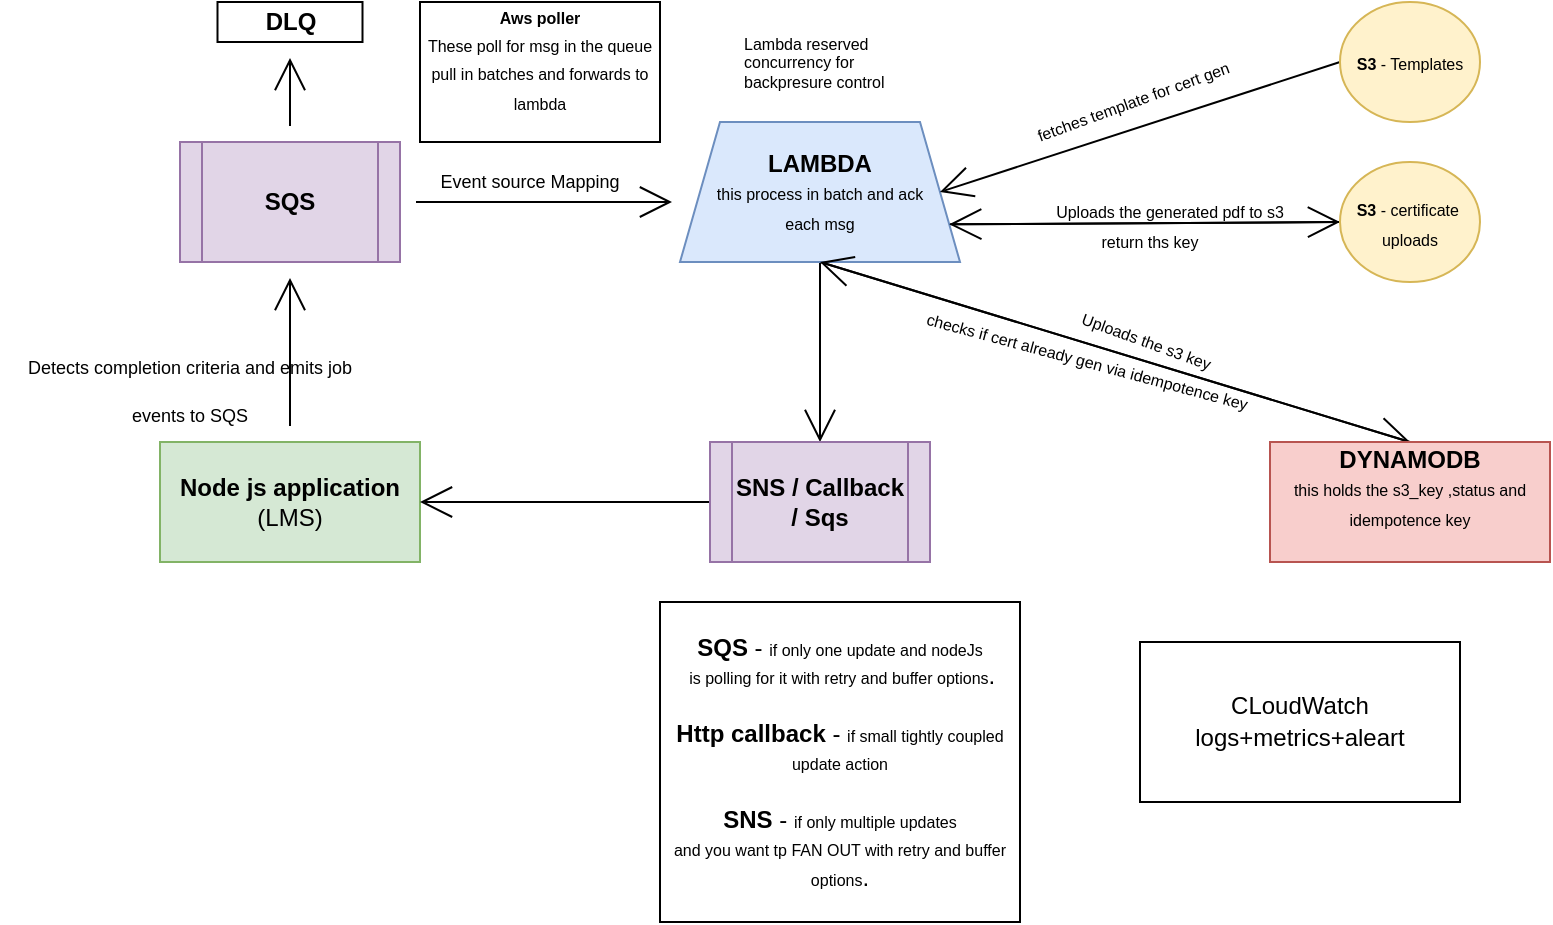
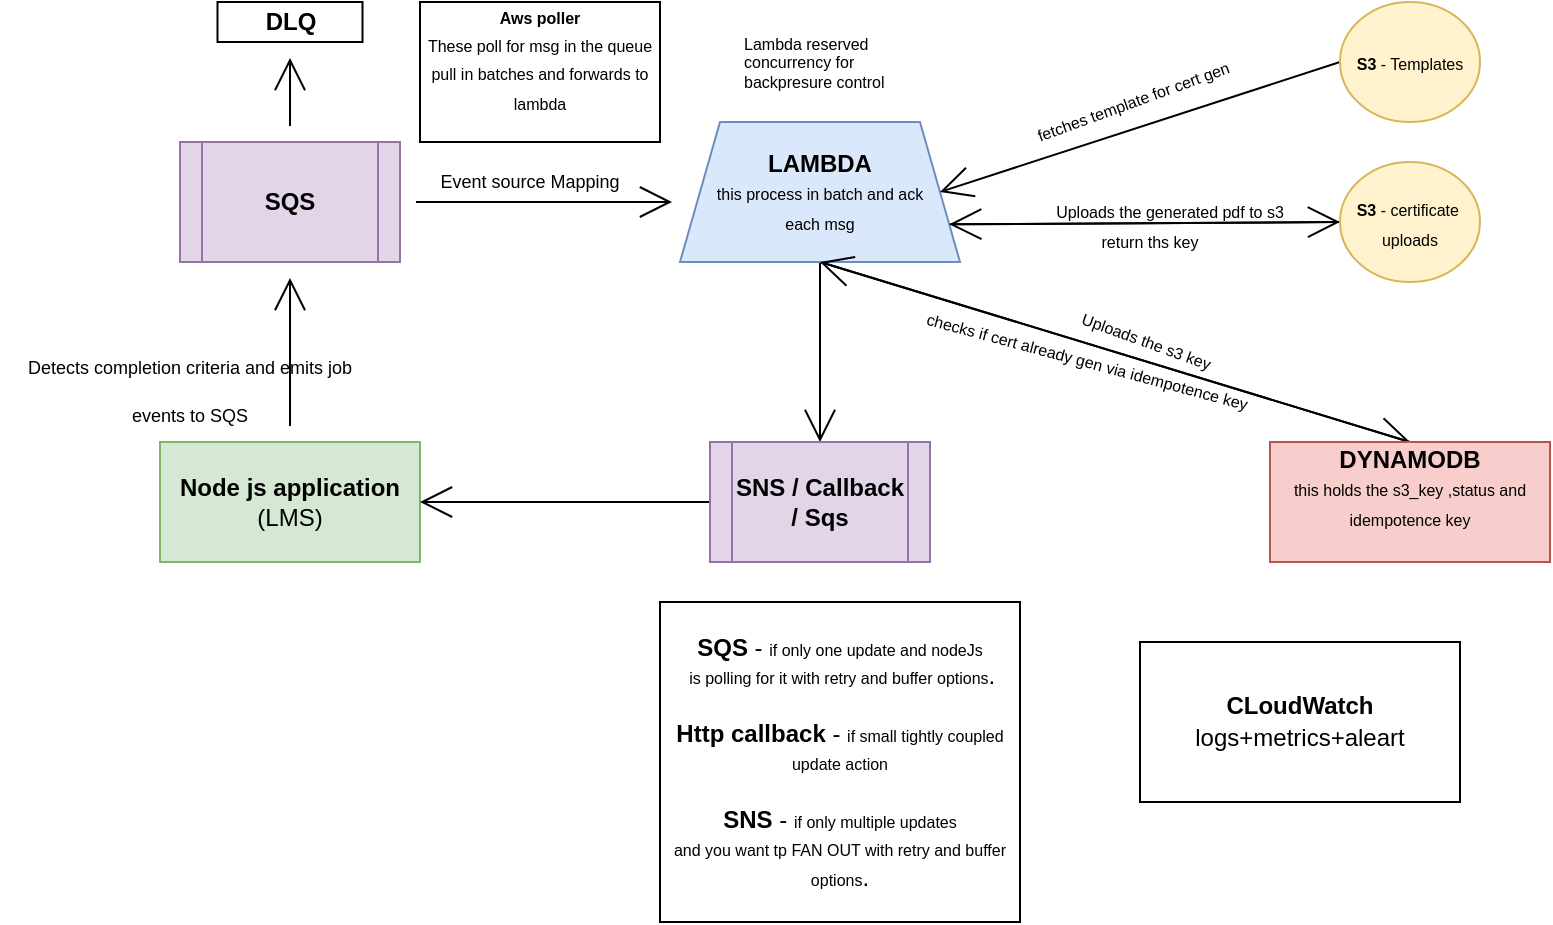
<mxfile host="app.diagrams.net">
  <diagram name="Page-1" id="F6IZr67Q-73VVXjbw4A1">
    <mxGraphModel dx="1372" dy="629" grid="1" gridSize="10" guides="1" tooltips="1" connect="1" arrows="1" fold="1" page="1" pageScale="1" pageWidth="850" pageHeight="1100" math="0" shadow="0">
      <root>
        <mxCell id="0" />
        <mxCell id="1" parent="0" />
        <mxCell id="TBFKdWsUAUS7bOd73bcL-4" edge="1" parent="1" source="TBFKdWsUAUS7bOd73bcL-1" style="edgeStyle=none;curved=1;rounded=0;orthogonalLoop=1;jettySize=auto;html=1;fontFamily=Helvetica;fontSize=16;startSize=14;endArrow=open;endSize=14;sourcePerimeterSpacing=8;targetPerimeterSpacing=8;" target="TBFKdWsUAUS7bOd73bcL-3" value="">
          <mxGeometry relative="1" as="geometry" />
        </mxCell>
        <mxCell id="TBFKdWsUAUS7bOd73bcL-1" parent="1" style="rounded=0;whiteSpace=wrap;html=1;fontFamily=Helvetica;fillColor=#d5e8d4;strokeColor=#82b366;" value="&lt;b&gt;Node js application&lt;/b&gt;&lt;br&gt;(LMS)" vertex="1">
          <mxGeometry height="60" width="130" x="100" y="250" as="geometry" />
        </mxCell>
        <mxCell id="TBFKdWsUAUS7bOd73bcL-8" edge="1" parent="1" source="TBFKdWsUAUS7bOd73bcL-3" style="edgeStyle=none;curved=1;rounded=0;orthogonalLoop=1;jettySize=auto;html=1;fontFamily=Helvetica;fontSize=16;startSize=14;endArrow=open;endSize=14;sourcePerimeterSpacing=8;targetPerimeterSpacing=8;" value="">
          <mxGeometry relative="1" as="geometry">
            <mxPoint x="356" y="130" as="targetPoint" />
          </mxGeometry>
        </mxCell>
        <mxCell id="TBFKdWsUAUS7bOd73bcL-10" edge="1" parent="1" source="TBFKdWsUAUS7bOd73bcL-3" style="edgeStyle=none;curved=1;rounded=0;orthogonalLoop=1;jettySize=auto;html=1;fontFamily=Helvetica;fontSize=16;startSize=14;endArrow=open;endSize=14;sourcePerimeterSpacing=8;targetPerimeterSpacing=8;" target="TBFKdWsUAUS7bOd73bcL-9" value="">
          <mxGeometry relative="1" as="geometry" />
        </mxCell>
        <mxCell id="TBFKdWsUAUS7bOd73bcL-3" parent="1" style="shape=process;whiteSpace=wrap;html=1;backgroundOutline=1;fontFamily=Helvetica;rounded=0;fillColor=#e1d5e7;strokeColor=#9673a6;" value="&lt;b&gt;SQS&lt;/b&gt;" vertex="1">
          <mxGeometry height="60" width="110" x="110" y="100" as="geometry" />
        </mxCell>
        <mxCell id="TBFKdWsUAUS7bOd73bcL-5" parent="1" style="text;html=1;whiteSpace=wrap;strokeColor=none;fillColor=none;align=center;verticalAlign=middle;rounded=0;fontSize=20;fontFamily=Helvetica;" value="&lt;font style=&quot;font-size: 9px;&quot;&gt;Detects completion criteria and emits job events to SQS&lt;/font&gt;" vertex="1">
          <mxGeometry height="40" width="190" x="20" y="200" as="geometry" />
        </mxCell>
        <mxCell id="TBFKdWsUAUS7bOd73bcL-9" parent="1" style="whiteSpace=wrap;html=1;fontFamily=Helvetica;rounded=0;" value="&lt;b&gt;DLQ&lt;/b&gt;" vertex="1">
          <mxGeometry height="20" width="72.5" x="128.75" y="30" as="geometry" />
        </mxCell>
        <mxCell id="TBFKdWsUAUS7bOd73bcL-11" parent="1" style="text;html=1;whiteSpace=wrap;strokeColor=none;fillColor=none;align=center;verticalAlign=middle;rounded=0;fontSize=20;fontFamily=Helvetica;" value="&lt;font style=&quot;font-size: 9px;&quot;&gt;Event source Mapping&lt;/font&gt;" vertex="1">
          <mxGeometry height="30" width="130" x="220" y="100" as="geometry" />
        </mxCell>
        <mxCell id="TBFKdWsUAUS7bOd73bcL-26" edge="1" parent="1" source="TBFKdWsUAUS7bOd73bcL-12" style="edgeStyle=none;curved=1;rounded=0;orthogonalLoop=1;jettySize=auto;html=1;exitX=0.5;exitY=1;exitDx=0;exitDy=0;entryX=0.5;entryY=0;entryDx=0;entryDy=0;fontFamily=Helvetica;fontSize=16;startSize=14;endArrow=open;endSize=14;sourcePerimeterSpacing=8;targetPerimeterSpacing=8;" target="TBFKdWsUAUS7bOd73bcL-25">
          <mxGeometry relative="1" as="geometry" />
        </mxCell>
        <mxCell id="TBFKdWsUAUS7bOd73bcL-32" edge="1" parent="1" source="TBFKdWsUAUS7bOd73bcL-12" style="edgeStyle=none;curved=1;rounded=0;orthogonalLoop=1;jettySize=auto;html=1;exitX=1;exitY=0.75;exitDx=0;exitDy=0;entryX=0;entryY=0.5;entryDx=0;entryDy=0;fontFamily=Helvetica;fontSize=16;startSize=14;endArrow=open;endSize=14;sourcePerimeterSpacing=8;targetPerimeterSpacing=8;" target="TBFKdWsUAUS7bOd73bcL-15">
          <mxGeometry relative="1" as="geometry" />
        </mxCell>
        <mxCell id="TBFKdWsUAUS7bOd73bcL-39" edge="1" parent="1" source="TBFKdWsUAUS7bOd73bcL-12" style="edgeStyle=none;curved=1;rounded=0;orthogonalLoop=1;jettySize=auto;html=1;exitX=0.5;exitY=1;exitDx=0;exitDy=0;entryX=0.5;entryY=0;entryDx=0;entryDy=0;fontFamily=Helvetica;fontSize=16;startSize=14;endArrow=open;endSize=14;sourcePerimeterSpacing=8;targetPerimeterSpacing=8;" target="TBFKdWsUAUS7bOd73bcL-38">
          <mxGeometry relative="1" as="geometry" />
        </mxCell>
        <mxCell id="TBFKdWsUAUS7bOd73bcL-12" parent="1" style="shape=trapezoid;perimeter=trapezoidPerimeter;whiteSpace=wrap;html=1;fixedSize=1;fontFamily=Helvetica;fillColor=#dae8fc;strokeColor=#6c8ebf;" value="&lt;b&gt;LAMBDA&lt;/b&gt;&lt;div&gt;&lt;font style=&quot;font-size: 8px;&quot;&gt;this process in batch and ack &lt;br&gt;each msg&lt;/font&gt;&lt;/div&gt;" vertex="1">
          <mxGeometry height="70" width="140" x="360" y="90" as="geometry" />
        </mxCell>
        <mxCell id="TBFKdWsUAUS7bOd73bcL-13" parent="1" style="rounded=0;whiteSpace=wrap;html=1;fontFamily=Helvetica;" value="&lt;font style=&quot;font-size: 8px;&quot;&gt;&lt;b&gt;Aws poller&lt;/b&gt;&lt;br&gt;These poll for msg in the queue pull in batches and forwards to lambda&lt;br&gt;&lt;/font&gt;&lt;div&gt;&lt;br&gt;&lt;/div&gt;" vertex="1">
          <mxGeometry height="70" width="120" x="230" y="30" as="geometry" />
        </mxCell>
        <mxCell id="TBFKdWsUAUS7bOd73bcL-16" edge="1" parent="1" source="TBFKdWsUAUS7bOd73bcL-14" style="edgeStyle=none;curved=1;rounded=0;orthogonalLoop=1;jettySize=auto;html=1;exitX=0;exitY=0.5;exitDx=0;exitDy=0;entryX=1;entryY=0.5;entryDx=0;entryDy=0;fontFamily=Helvetica;fontSize=16;startSize=14;endArrow=open;endSize=14;sourcePerimeterSpacing=8;targetPerimeterSpacing=8;" target="TBFKdWsUAUS7bOd73bcL-12">
          <mxGeometry relative="1" as="geometry" />
        </mxCell>
        <mxCell id="TBFKdWsUAUS7bOd73bcL-14" parent="1" style="ellipse;whiteSpace=wrap;html=1;fontFamily=Helvetica;rotation=0;fillColor=#fff2cc;strokeColor=#d6b656;" value="&lt;font style=&quot;font-size: 8px;&quot;&gt;&lt;b&gt;S3 &lt;/b&gt;- Templates&lt;/font&gt;" vertex="1">
          <mxGeometry height="60" width="70" x="690" y="30" as="geometry" />
        </mxCell>
        <mxCell id="TBFKdWsUAUS7bOd73bcL-33" edge="1" parent="1" source="TBFKdWsUAUS7bOd73bcL-15" style="edgeStyle=none;curved=1;rounded=0;orthogonalLoop=1;jettySize=auto;html=1;exitX=0;exitY=0.5;exitDx=0;exitDy=0;entryX=1;entryY=0.75;entryDx=0;entryDy=0;fontFamily=Helvetica;fontSize=16;startSize=14;endArrow=open;endSize=14;sourcePerimeterSpacing=8;targetPerimeterSpacing=8;" target="TBFKdWsUAUS7bOd73bcL-12">
          <mxGeometry relative="1" as="geometry" />
        </mxCell>
        <mxCell id="TBFKdWsUAUS7bOd73bcL-15" parent="1" style="ellipse;whiteSpace=wrap;html=1;fontFamily=Helvetica;rotation=0;fillColor=#fff2cc;strokeColor=#d6b656;" value="&lt;font style=&quot;font-size: 8px;&quot;&gt;&lt;b&gt;S3 &lt;/b&gt;- certificate&amp;nbsp;&lt;br&gt;uploads&lt;/font&gt;" vertex="1">
          <mxGeometry height="60" width="70" x="690" y="110" as="geometry" />
        </mxCell>
        <mxCell id="TBFKdWsUAUS7bOd73bcL-18" parent="1" style="text;html=1;whiteSpace=wrap;strokeColor=none;fillColor=none;align=center;verticalAlign=middle;rounded=0;fontSize=20;fontFamily=Helvetica;rotation=0;" value="&lt;font style=&quot;font-size: 8px;&quot;&gt;Uploads the generated pdf to s3&lt;/font&gt;" vertex="1">
          <mxGeometry height="30" width="130" x="540" y="115" as="geometry" />
        </mxCell>
        <mxCell id="TBFKdWsUAUS7bOd73bcL-22" parent="1" style="text;html=1;whiteSpace=wrap;strokeColor=none;fillColor=none;align=center;verticalAlign=middle;rounded=0;fontSize=20;fontFamily=Helvetica;rotation=-20;" value="&lt;font style=&quot;font-size: 8px;&quot;&gt;fetches template for cert gen&lt;/font&gt;" vertex="1">
          <mxGeometry height="30" width="130" x="520.000322500969" y="59.99669862795709" as="geometry" />
        </mxCell>
        <mxCell id="TBFKdWsUAUS7bOd73bcL-24" parent="1" style="text;whiteSpace=wrap;fontFamily=Helvetica;fontSize=8;" value="&#xa;Lambda reserved concurrency for backpresure control&#xa;&#xa;" vertex="1">
          <mxGeometry height="45" width="80" x="390" y="30" as="geometry" />
        </mxCell>
        <mxCell id="TBFKdWsUAUS7bOd73bcL-27" edge="1" parent="1" source="TBFKdWsUAUS7bOd73bcL-25" style="edgeStyle=none;curved=1;rounded=0;orthogonalLoop=1;jettySize=auto;html=1;exitX=0.5;exitY=0;exitDx=0;exitDy=0;entryX=0.5;entryY=1;entryDx=0;entryDy=0;fontFamily=Helvetica;fontSize=16;startSize=14;endArrow=open;endSize=14;sourcePerimeterSpacing=8;targetPerimeterSpacing=8;" target="TBFKdWsUAUS7bOd73bcL-12">
          <mxGeometry relative="1" as="geometry" />
        </mxCell>
        <mxCell id="TBFKdWsUAUS7bOd73bcL-25" parent="1" style="rounded=0;whiteSpace=wrap;html=1;fontFamily=Helvetica;fillColor=#f8cecc;strokeColor=#b85450;" value="&lt;b&gt;DYNAMODB&lt;/b&gt;&lt;div&gt;&lt;font style=&quot;font-size: 8px;&quot;&gt;this holds the s3_key ,status and idempotence key&lt;/font&gt;&lt;br&gt;&lt;div&gt;&lt;br&gt;&lt;/div&gt;&lt;/div&gt;" vertex="1">
          <mxGeometry height="60" width="140" x="655" y="250" as="geometry" />
        </mxCell>
        <mxCell id="TBFKdWsUAUS7bOd73bcL-20" parent="1" style="text;html=1;whiteSpace=wrap;strokeColor=none;fillColor=none;align=center;verticalAlign=middle;rounded=0;fontSize=20;fontFamily=Helvetica;rotation=0;" value="&lt;font style=&quot;font-size: 8px;&quot;&gt;return ths key&lt;/font&gt;" vertex="1">
          <mxGeometry height="30" width="130" x="530.000322500969" y="129.99669862795707" as="geometry" />
        </mxCell>
        <mxCell id="TBFKdWsUAUS7bOd73bcL-34" parent="1" style="text;html=1;whiteSpace=wrap;strokeColor=none;fillColor=none;align=center;verticalAlign=middle;rounded=0;fontSize=20;fontFamily=Helvetica;rotation=20;" value="&lt;span style=&quot;font-size: 8px;&quot;&gt;Uploads the s3 key&lt;/span&gt;" vertex="1">
          <mxGeometry height="30" width="130" x="530.000322500969" y="179.99669862795704" as="geometry" />
        </mxCell>
        <mxCell id="TBFKdWsUAUS7bOd73bcL-35" parent="1" style="text;html=1;whiteSpace=wrap;strokeColor=none;fillColor=none;align=center;verticalAlign=middle;rounded=0;fontSize=20;fontFamily=Helvetica;rotation=15;" value="&lt;font style=&quot;font-size: 8px;&quot;&gt;checks if cert already gen via idempotence key&lt;/font&gt;" vertex="1">
          <mxGeometry height="30" width="190" x="470" y="190" as="geometry" />
        </mxCell>
        <mxCell id="TBFKdWsUAUS7bOd73bcL-40" edge="1" parent="1" source="TBFKdWsUAUS7bOd73bcL-38" style="edgeStyle=none;curved=1;rounded=0;orthogonalLoop=1;jettySize=auto;html=1;exitX=0;exitY=0.5;exitDx=0;exitDy=0;entryX=1;entryY=0.5;entryDx=0;entryDy=0;fontFamily=Helvetica;fontSize=16;startSize=14;endArrow=open;endSize=14;sourcePerimeterSpacing=8;targetPerimeterSpacing=8;" target="TBFKdWsUAUS7bOd73bcL-1">
          <mxGeometry relative="1" as="geometry" />
        </mxCell>
        <mxCell id="TBFKdWsUAUS7bOd73bcL-38" parent="1" style="shape=process;whiteSpace=wrap;html=1;backgroundOutline=1;fontFamily=Helvetica;rounded=0;fillColor=#e1d5e7;strokeColor=#9673a6;" value="&lt;b&gt;SNS / Callback / Sqs&lt;/b&gt;" vertex="1">
          <mxGeometry height="60" width="110" x="375" y="250" as="geometry" />
        </mxCell>
        <mxCell id="TBFKdWsUAUS7bOd73bcL-46" parent="1" style="rounded=0;whiteSpace=wrap;html=1;fontFamily=Helvetica;" value="&lt;b&gt;SQS&lt;/b&gt; - &lt;font style=&quot;font-size: 8px;&quot;&gt;if only one update and nodeJs&lt;br&gt;&amp;nbsp;is polling for it with retry and buffer options&lt;/font&gt;.&lt;br&gt;&lt;br&gt;&lt;b&gt;Http callback&lt;/b&gt; - &lt;font style=&quot;font-size: 8px;&quot;&gt;if small tightly coupled update action&lt;br&gt;&lt;/font&gt;&lt;br&gt;&lt;div&gt;&lt;b&gt;SNS&lt;/b&gt;&amp;nbsp;-&amp;nbsp;&lt;font style=&quot;font-size: 8px;&quot;&gt;if only multiple updates &lt;br&gt;and you want tp FAN OUT with retry and buffer options&lt;/font&gt;.&lt;/div&gt;" vertex="1">
          <mxGeometry height="160" width="180" x="350" y="330" as="geometry" />
        </mxCell>
-         <mxCell id="cQQGWbXrMNJ4xKem90he-2" parent="1" style="rounded=0;whiteSpace=wrap;html=1;fontFamily=Architects Daughter;fontSource=https%3A%2F%2Ffonts.googleapis.com%2Fcss%3Ffamily%3DArchitects%2BDaughter;" value="&lt;font face=&quot;Helvetica&quot;&gt;CLoudWatch&lt;br&gt;logs+metrics+aleart&lt;/font&gt;" vertex="1">
+         <mxCell id="cQQGWbXrMNJ4xKem90he-2" parent="1" style="rounded=0;whiteSpace=wrap;html=1;fontFamily=Architects Daughter;fontSource=https%3A%2F%2Ffonts.googleapis.com%2Fcss%3Ffamily%3DArchitects%2BDaughter;" value="&lt;font face=&quot;Helvetica&quot;&gt;&lt;b&gt;CLoudWatch&lt;/b&gt;&lt;br&gt;logs+metrics+aleart&lt;/font&gt;" vertex="1">
          <mxGeometry height="80" width="160" x="590" y="350" as="geometry" />
        </mxCell>
      </root>
    </mxGraphModel>
  </diagram>
</mxfile>
